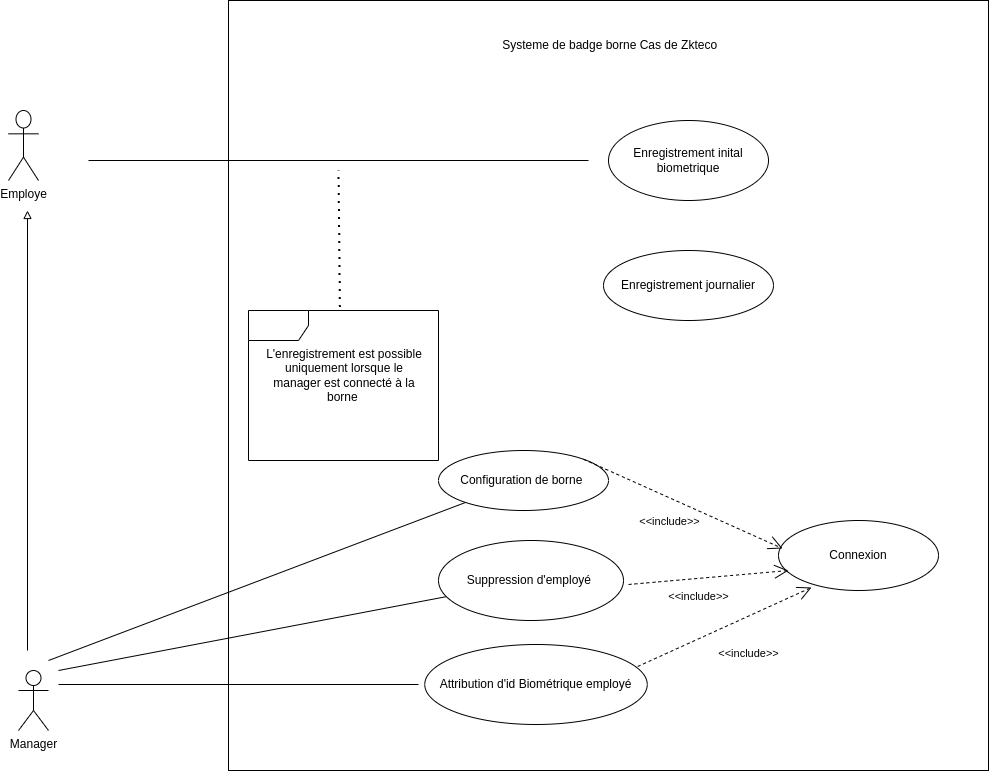
The draw.io diagram static/UsecaseZkteco.drawio.png in Siluearsene/borne_biometrique, before a commit. Source tidied: cells renumbered, new cells last; positions are measured from the earlier drawing's top-left corner, leaving out a move shared by most shapes.
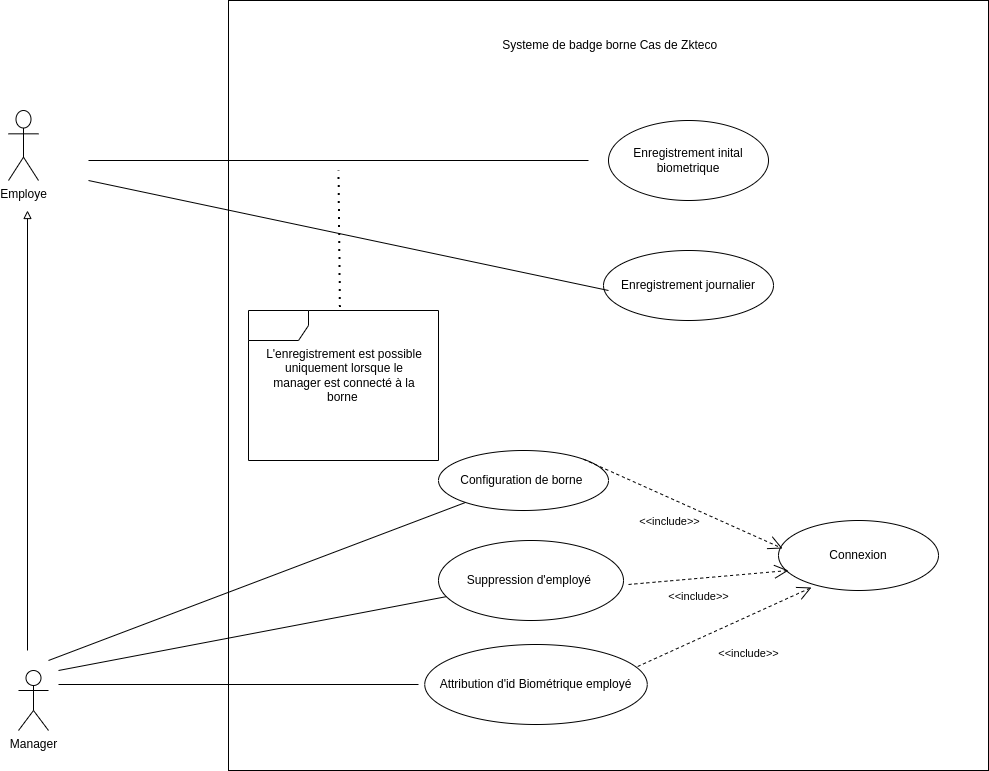
Above is the later version.

Commit message:
Mettre à jour UsecaseZkteco.drawio.png

Change to the diagram source:
```diff
@@ -92,5 +92,11 @@
     <mxCell id="25" value="Enregistrement journalier" style="ellipse;whiteSpace=wrap;html=1;" parent="1" vertex="1">
       <mxGeometry x="595" y="250" width="170" height="70" as="geometry" />
     </mxCell>
+    <mxCell id="26" style="endArrow=none;html=1;rounded=0;" parent="1" edge="1">
+      <mxGeometry relative="1" as="geometry">
+        <mxPoint x="80" y="180" as="sourcePoint" />
+        <mxPoint x="600" y="290" as="targetPoint" />
+      </mxGeometry>
+    </mxCell>
   </root>
 </mxGraphModel>
```
